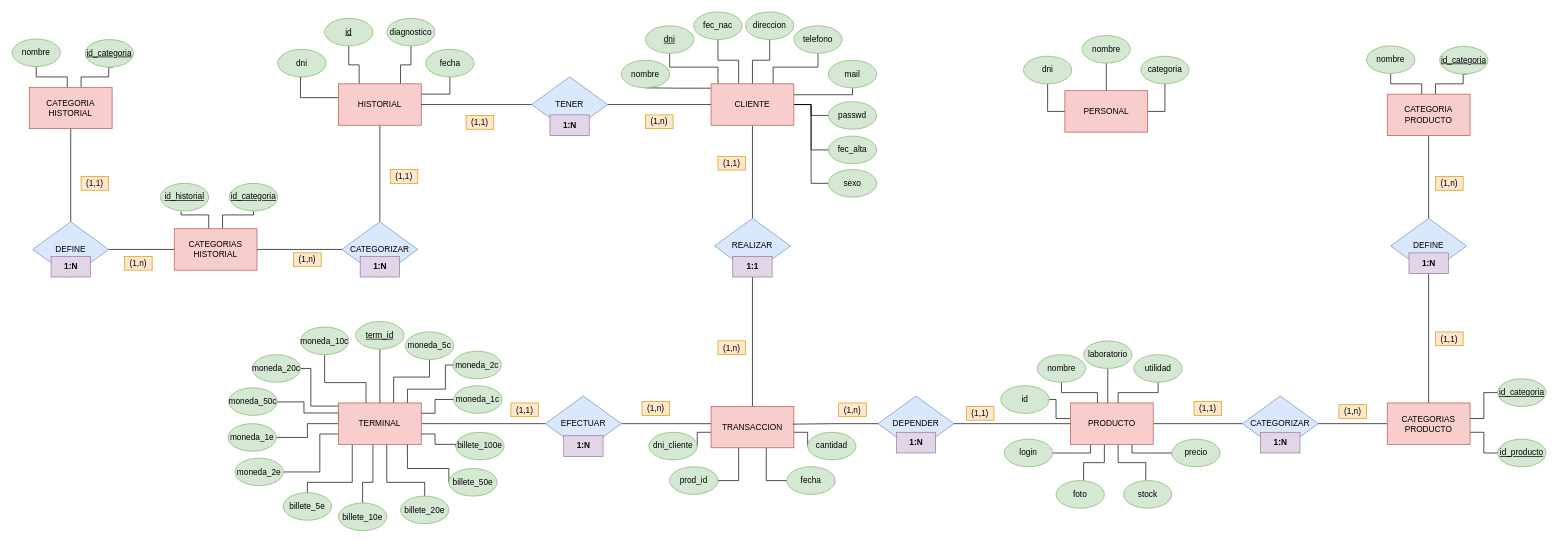
Universidad-Europea/PharmSquare keeps this draw.io diagram as docs/mer.drawio. Above is the earlier version. Source tidied: cells renumbered, new cells numbered last; positions are measured from the earlier drawing's top-left corner, leaving out a move shared by most shapes. Both pictures are drawn from the tidied source at 69%, with x=0, y=0 at pixel (12, 12).
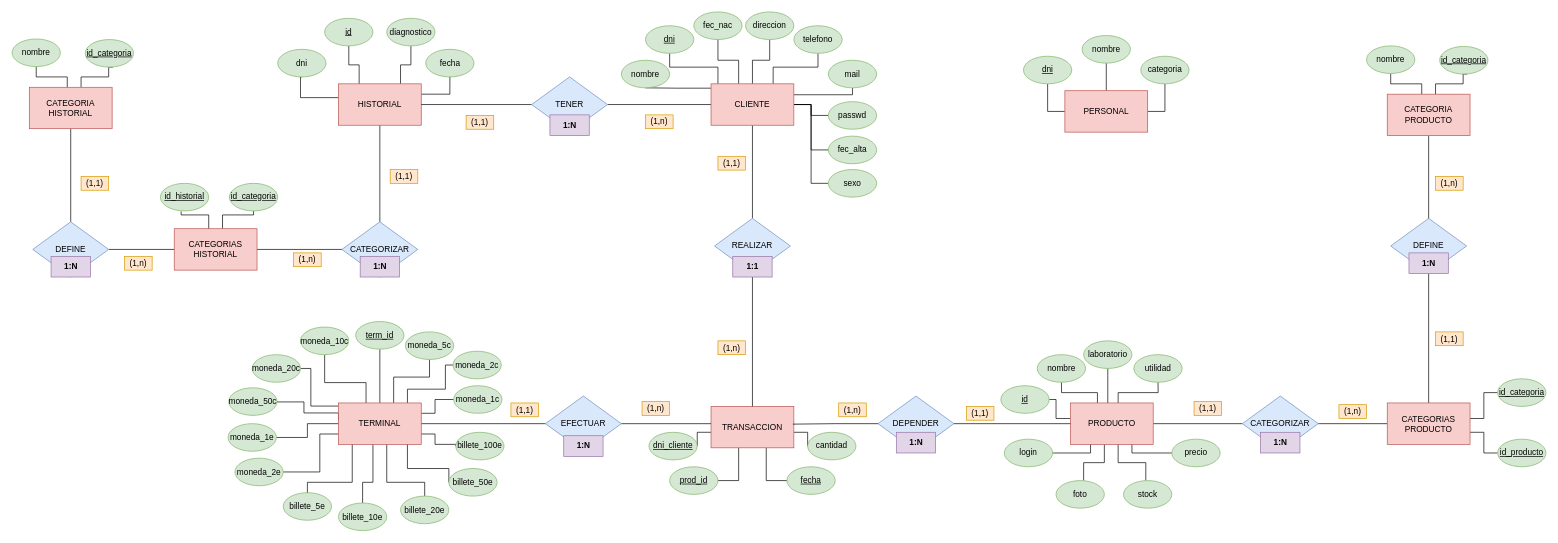
After the change.

Commit message:
claves primarias

Diff of the diagram source:
```diff
@@
-    <mxCell id="79" value="id" style="ellipse;whiteSpace=wrap;html=1;strokeColor=#82b366;fillColor=#d5e8d4;strokeWidth=1;" parent="1" vertex="1">
+    <mxCell id="79" value="&lt;u&gt;id&lt;/u&gt;" style="ellipse;whiteSpace=wrap;html=1;strokeColor=#82b366;fillColor=#d5e8d4;strokeWidth=1;" parent="1" vertex="1">
       <mxGeometry x="1433" y="541.5" width="70" height="40" as="geometry" />
     </mxCell>
@@
-    <mxCell id="87" value="dni_cliente" style="ellipse;whiteSpace=wrap;html=1;strokeColor=#82b366;fillColor=#d5e8d4;strokeWidth=1;" parent="1" vertex="1">
+    <mxCell id="87" value="&lt;u&gt;dni_cliente&lt;/u&gt;" style="ellipse;whiteSpace=wrap;html=1;strokeColor=#82b366;fillColor=#d5e8d4;strokeWidth=1;" parent="1" vertex="1">
       <mxGeometry x="923" y="609" width="70" height="40" as="geometry" />
     </mxCell>
-    <mxCell id="88" value="prod_id" style="ellipse;whiteSpace=wrap;html=1;strokeColor=#82b366;fillColor=#d5e8d4;strokeWidth=1;" parent="1" vertex="1">
+    <mxCell id="88" value="&lt;u&gt;prod_id&lt;/u&gt;" style="ellipse;whiteSpace=wrap;html=1;strokeColor=#82b366;fillColor=#d5e8d4;strokeWidth=1;" parent="1" vertex="1">
       <mxGeometry x="953" y="659" width="70" height="40" as="geometry" />
     </mxCell>
-    <mxCell id="89" value="fecha" style="ellipse;whiteSpace=wrap;html=1;strokeColor=#82b366;fillColor=#d5e8d4;strokeWidth=1;" parent="1" vertex="1">
+    <mxCell id="89" value="&lt;u&gt;fecha&lt;/u&gt;" style="ellipse;whiteSpace=wrap;html=1;strokeColor=#82b366;fillColor=#d5e8d4;strokeWidth=1;" parent="1" vertex="1">
       <mxGeometry x="1123" y="659" width="70" height="40" as="geometry" />
     </mxCell>
@@
-    <mxCell id="115" value="dni" style="ellipse;whiteSpace=wrap;html=1;strokeColor=#82b366;fillColor=#d5e8d4;strokeWidth=1;" parent="1" vertex="1">
+    <mxCell id="115" value="&lt;u&gt;dni&lt;/u&gt;" style="ellipse;whiteSpace=wrap;html=1;strokeColor=#82b366;fillColor=#d5e8d4;strokeWidth=1;" parent="1" vertex="1">
       <mxGeometry x="1465.8" y="64" width="70" height="40" as="geometry" />
     </mxCell>
```
